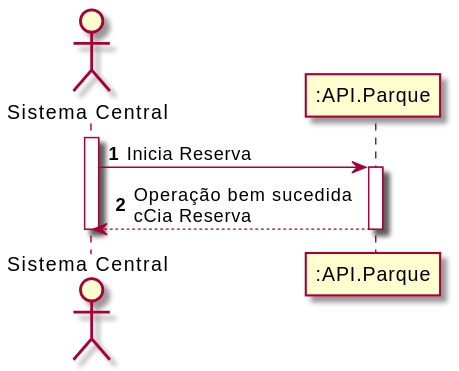
This is Documentos/Sprint2/UC2/UC2-SSD.svg from UPskillDOTNET/Jakim-das-Coives-S.A., a PlantUML export, as it was before one commit.
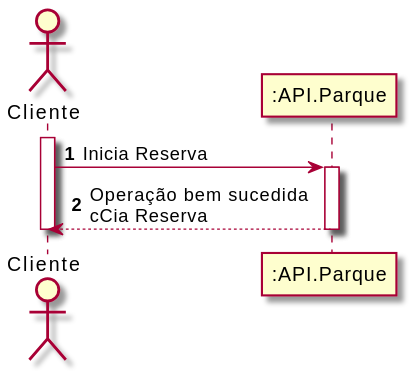
The same file after the commit.

Change to the diagram source:
```diff
@@ -1,12 +1,12 @@
 @startuml
 autonumber
-actor "Sistema Central" as UserNR
+actor "Cliente" as CL
 
-activate UserNR
-UserNR -> ":API.Parque" : Inicia Reserva
+activate CL
+CL -> ":API.Parque" : Inicia Reserva
 activate ":API.Parque"
-":API.Parque" --> UserNR : Operação bem sucedida\ncCia Reserva
+":API.Parque" --> CL: Operação bem sucedida\ncCia Reserva
 deactivate ":API.Parque"
 
-deactivate UserNR
+deactivate CL
 @enduml
```
